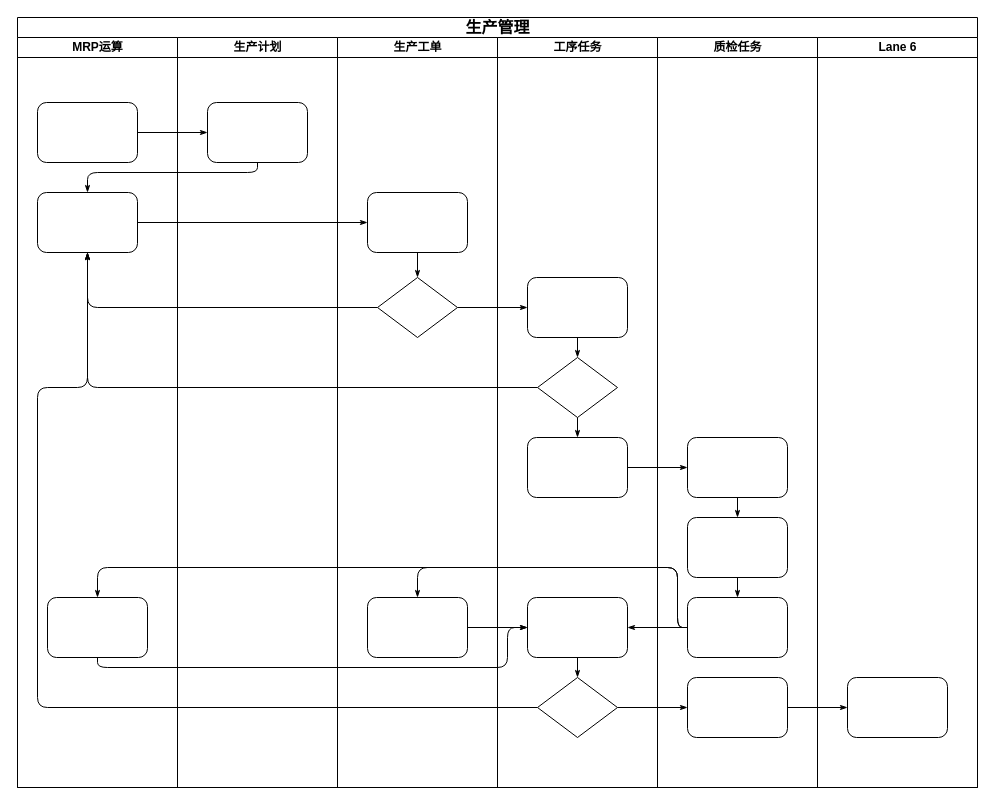
Above: 未命名绘图.drawio in javaCrazy0625/draw-file (draw.io), before the change. Source tidied: cells renumbered, new cells numbered last; positions are measured from the earlier drawing's top-left corner, leaving out a move shared by most shapes. Both pictures are drawn from the tidied source at 100%, with x=0, y=0 at pixel (17, 17).
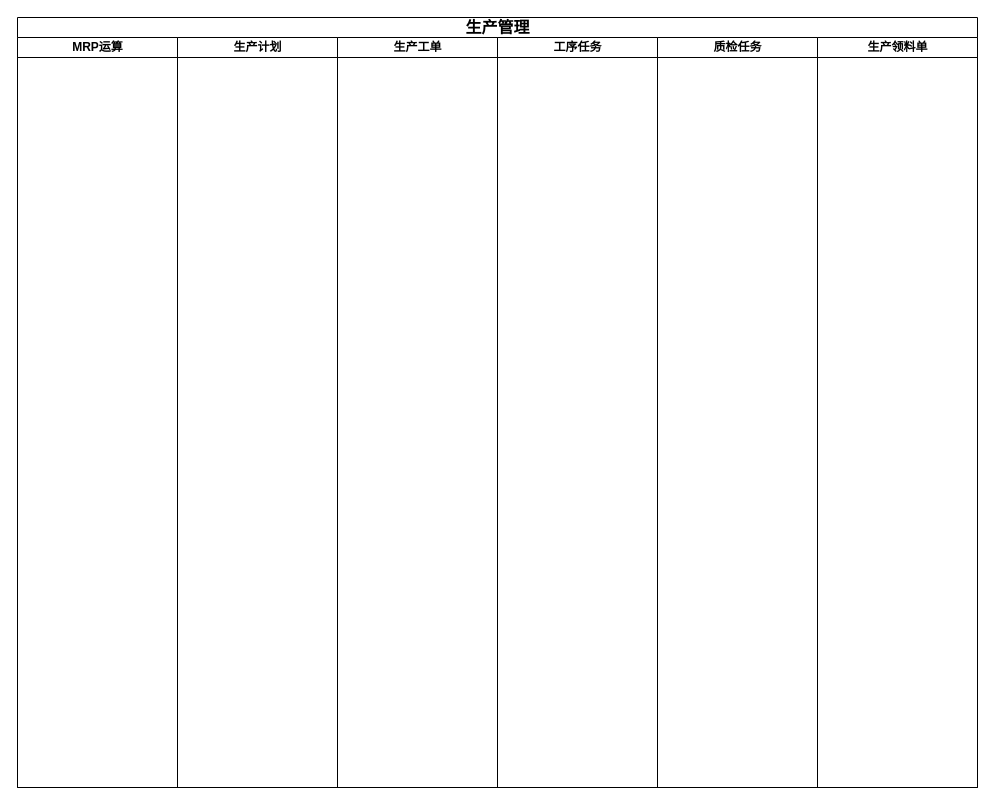
The same page after the edit.

Commit message (it also covers changes not shown here):
更新未命名绘图.drawio

The change refers to these unchanged cells:
```xml
<mxCell id="2" value="&lt;font style=&quot;font-size: 16px;&quot;&gt;生产管理&lt;/font&gt;" style="swimlane;html=1;startSize=20;rounded=0;shadow=0;labelBackgroundColor=none;strokeWidth=1;fontFamily=Verdana;fontSize=8;align=center;" parent="1" vertex="1">
  <mxGeometry width="960" height="770" as="geometry" />
</mxCell>
<mxCell id="3" value="MRP运算" style="swimlane;html=1;startSize=20;" parent="2" vertex="1">
  <mxGeometry y="20" width="160" height="750" as="geometry" />
</mxCell>
<mxCell id="22" value="生产计划" style="swimlane;html=1;startSize=20;" parent="2" vertex="1">
  <mxGeometry x="160" y="20" width="160" height="750" as="geometry" />
</mxCell>
<mxCell id="24" value="生产工单" style="swimlane;html=1;startSize=20;" parent="2" vertex="1">
  <mxGeometry x="320" y="20" width="160" height="750" as="geometry" />
</mxCell>
<mxCell id="29" value="工序任务" style="swimlane;html=1;startSize=20;" parent="2" vertex="1">
  <mxGeometry x="480" y="20" width="160" height="750" as="geometry" />
</mxCell>
<mxCell id="38" value="质检任务" style="swimlane;html=1;startSize=20;" parent="2" vertex="1">
  <mxGeometry x="640" y="20" width="160" height="750" as="geometry" />
</mxCell>
```

Diff of the diagram source:
```diff
@@
-    <mxCell id="4" style="rounded=1;whiteSpace=wrap;html=1;shadow=0;labelBackgroundColor=none;strokeWidth=1;fontFamily=Verdana;fontSize=8;align=center;" parent="3" vertex="1">
-      <mxGeometry x="20" y="65" width="100" height="60" as="geometry" />
-    </mxCell>
-    <mxCell id="5" style="rounded=1;whiteSpace=wrap;html=1;shadow=0;labelBackgroundColor=none;strokeWidth=1;fontFamily=Verdana;fontSize=8;align=center;" parent="3" vertex="1">
-      <mxGeometry x="20" y="155" width="100" height="60" as="geometry" />
-    </mxCell>
-    <mxCell id="6" style="rounded=1;whiteSpace=wrap;html=1;shadow=0;labelBackgroundColor=none;strokeWidth=1;fontFamily=Verdana;fontSize=8;align=center;" parent="3" vertex="1">
-      <mxGeometry x="30" y="560" width="100" height="60" as="geometry" />
-    </mxCell>
-    <mxCell id="7" style="edgeStyle=orthogonalEdgeStyle;rounded=1;html=1;labelBackgroundColor=none;startArrow=none;startFill=0;startSize=5;endArrow=classicThin;endFill=1;endSize=5;jettySize=auto;strokeWidth=1;fontFamily=Verdana;fontSize=8;" parent="2" edge="1" source="4" target="23">
-      <mxGeometry relative="1" as="geometry" />
-    </mxCell>
-    <mxCell id="8" style="edgeStyle=orthogonalEdgeStyle;rounded=1;html=1;labelBackgroundColor=none;startArrow=none;startFill=0;startSize=5;endArrow=classicThin;endFill=1;endSize=5;jettySize=auto;strokeWidth=1;fontFamily=Verdana;fontSize=8;" parent="2" edge="1" source="23" target="5">
-      <mxGeometry relative="1" as="geometry">
-        <Array as="points">
-          <mxPoint x="240" y="155" />
-          <mxPoint x="70" y="155" />
-        </Array>
-      </mxGeometry>
-    </mxCell>
-    <mxCell id="9" style="edgeStyle=orthogonalEdgeStyle;rounded=1;html=1;labelBackgroundColor=none;startArrow=none;startFill=0;startSize=5;endArrow=classicThin;endFill=1;endSize=5;jettySize=auto;strokeWidth=1;fontFamily=Verdana;fontSize=8;" parent="2" edge="1" source="5" target="25">
-      <mxGeometry relative="1" as="geometry" />
-    </mxCell>
-    <mxCell id="10" style="edgeStyle=orthogonalEdgeStyle;rounded=1;html=1;labelBackgroundColor=none;startArrow=none;startFill=0;startSize=5;endArrow=classicThin;endFill=1;endSize=5;jettySize=auto;strokeWidth=1;fontFamily=Verdana;fontSize=8;" parent="2" edge="1" source="26" target="5">
-      <mxGeometry relative="1" as="geometry" />
-    </mxCell>
-    <mxCell id="11" style="edgeStyle=orthogonalEdgeStyle;rounded=1;html=1;labelBackgroundColor=none;startArrow=none;startFill=0;startSize=5;endArrow=classicThin;endFill=1;endSize=5;jettySize=auto;strokeWidth=1;fontFamily=Verdana;fontSize=8;" parent="2" edge="1" source="31" target="5">
-      <mxGeometry relative="1" as="geometry" />
-    </mxCell>
-    <mxCell id="12" style="edgeStyle=orthogonalEdgeStyle;rounded=1;html=1;labelBackgroundColor=none;startArrow=none;startFill=0;startSize=5;endArrow=classicThin;endFill=1;endSize=5;jettySize=auto;strokeWidth=1;fontFamily=Verdana;fontSize=8;" parent="2" edge="1" source="34" target="5">
-      <mxGeometry relative="1" as="geometry">
-        <Array as="points">
-          <mxPoint x="20" y="690" />
-          <mxPoint x="20" y="370" />
-          <mxPoint x="70" y="370" />
-        </Array>
-      </mxGeometry>
-    </mxCell>
-    <mxCell id="13" style="edgeStyle=orthogonalEdgeStyle;rounded=1;html=1;labelBackgroundColor=none;startArrow=none;startFill=0;startSize=5;endArrow=classicThin;endFill=1;endSize=5;jettySize=auto;strokeWidth=1;fontFamily=Verdana;fontSize=8;" parent="2" edge="1" source="26" target="30">
-      <mxGeometry relative="1" as="geometry" />
-    </mxCell>
-    <mxCell id="14" style="edgeStyle=orthogonalEdgeStyle;rounded=1;html=1;labelBackgroundColor=none;startArrow=none;startFill=0;startSize=5;endArrow=classicThin;endFill=1;endSize=5;jettySize=auto;strokeWidth=1;fontFamily=Verdana;fontSize=8;" parent="2" edge="1" source="34" target="42">
-      <mxGeometry relative="1" as="geometry" />
-    </mxCell>
-    <mxCell id="15" style="edgeStyle=orthogonalEdgeStyle;rounded=1;html=1;labelBackgroundColor=none;startArrow=none;startFill=0;startSize=5;endArrow=classicThin;endFill=1;endSize=5;jettySize=auto;strokeWidth=1;fontFamily=Verdana;fontSize=8;" parent="2" edge="1" source="42" target="46">
-      <mxGeometry relative="1" as="geometry" />
-    </mxCell>
-    <mxCell id="16" style="edgeStyle=orthogonalEdgeStyle;rounded=1;html=1;labelBackgroundColor=none;startArrow=none;startFill=0;startSize=5;endArrow=classicThin;endFill=1;endSize=5;jettySize=auto;strokeWidth=1;fontFamily=Verdana;fontSize=8;" parent="2" edge="1" source="32" target="39">
-      <mxGeometry relative="1" as="geometry" />
-    </mxCell>
-    <mxCell id="17" style="edgeStyle=orthogonalEdgeStyle;rounded=1;html=1;labelBackgroundColor=none;startArrow=none;startFill=0;startSize=5;endArrow=classicThin;endFill=1;endSize=5;jettySize=auto;strokeWidth=1;fontFamily=Verdana;fontSize=8;" parent="2" edge="1" source="41" target="27">
-      <mxGeometry relative="1" as="geometry">
-        <Array as="points">
-          <mxPoint x="660" y="610" />
-          <mxPoint x="660" y="550" />
-          <mxPoint x="400" y="550" />
-        </Array>
-      </mxGeometry>
-    </mxCell>
-    <mxCell id="18" style="edgeStyle=orthogonalEdgeStyle;rounded=1;html=1;labelBackgroundColor=none;startArrow=none;startFill=0;startSize=5;endArrow=classicThin;endFill=1;endSize=5;jettySize=auto;strokeColor=#000000;strokeWidth=1;fontFamily=Verdana;fontSize=8;fontColor=#000000;" parent="2" edge="1" source="41" target="33">
-      <mxGeometry relative="1" as="geometry" />
-    </mxCell>
-    <mxCell id="19" style="edgeStyle=orthogonalEdgeStyle;rounded=1;html=1;labelBackgroundColor=none;startArrow=none;startFill=0;startSize=5;endArrow=classicThin;endFill=1;endSize=5;jettySize=auto;strokeWidth=1;fontFamily=Verdana;fontSize=8;" parent="2" edge="1" source="41" target="6">
-      <mxGeometry relative="1" as="geometry">
-        <Array as="points">
-          <mxPoint x="660" y="610" />
-          <mxPoint x="660" y="550" />
-          <mxPoint x="80" y="550" />
-        </Array>
-      </mxGeometry>
-    </mxCell>
-    <mxCell id="20" style="edgeStyle=orthogonalEdgeStyle;rounded=1;html=1;labelBackgroundColor=none;startArrow=none;startFill=0;startSize=5;endArrow=classicThin;endFill=1;endSize=5;jettySize=auto;strokeWidth=1;fontFamily=Verdana;fontSize=8;" parent="2" edge="1" source="6" target="33">
-      <mxGeometry relative="1" as="geometry">
-        <Array as="points">
-          <mxPoint x="80" y="650" />
-          <mxPoint x="490" y="650" />
-          <mxPoint x="490" y="610" />
-        </Array>
-      </mxGeometry>
-    </mxCell>
-    <mxCell id="21" style="edgeStyle=orthogonalEdgeStyle;rounded=1;html=1;labelBackgroundColor=none;startArrow=none;startFill=0;startSize=5;endArrow=classicThin;endFill=1;endSize=5;jettySize=auto;strokeWidth=1;fontFamily=Verdana;fontSize=8;" parent="2" edge="1" source="27" target="33">
-      <mxGeometry relative="1" as="geometry" />
-    </mxCell>
@@
-    <mxCell id="23" style="rounded=1;whiteSpace=wrap;html=1;shadow=0;labelBackgroundColor=none;strokeWidth=1;fontFamily=Verdana;fontSize=8;align=center;" parent="22" vertex="1">
-      <mxGeometry x="30" y="65" width="100" height="60" as="geometry" />
-    </mxCell>
@@
-    <mxCell id="25" style="rounded=1;whiteSpace=wrap;html=1;shadow=0;labelBackgroundColor=none;strokeWidth=1;fontFamily=Verdana;fontSize=8;align=center;" parent="24" vertex="1">
-      <mxGeometry x="30" y="155" width="100" height="60" as="geometry" />
-    </mxCell>
-    <mxCell id="26" style="rhombus;whiteSpace=wrap;html=1;rounded=0;shadow=0;labelBackgroundColor=none;strokeWidth=1;fontFamily=Verdana;fontSize=8;align=center;" parent="24" vertex="1">
-      <mxGeometry x="40" y="240" width="80" height="60" as="geometry" />
-    </mxCell>
-    <mxCell id="27" style="rounded=1;whiteSpace=wrap;html=1;shadow=0;labelBackgroundColor=none;strokeWidth=1;fontFamily=Verdana;fontSize=8;align=center;" parent="24" vertex="1">
-      <mxGeometry x="30" y="560" width="100" height="60" as="geometry" />
-    </mxCell>
-    <mxCell id="28" style="edgeStyle=orthogonalEdgeStyle;rounded=1;html=1;labelBackgroundColor=none;startArrow=none;startFill=0;startSize=5;endArrow=classicThin;endFill=1;endSize=5;jettySize=auto;strokeWidth=1;fontFamily=Verdana;fontSize=8;" parent="24" edge="1" source="25" target="26">
-      <mxGeometry relative="1" as="geometry" />
-    </mxCell>
@@
-    <mxCell id="30" style="rounded=1;whiteSpace=wrap;html=1;shadow=0;labelBackgroundColor=none;strokeWidth=1;fontFamily=Verdana;fontSize=8;align=center;" parent="29" vertex="1">
-      <mxGeometry x="30" y="240" width="100" height="60" as="geometry" />
-    </mxCell>
-    <mxCell id="31" style="rhombus;whiteSpace=wrap;html=1;rounded=0;shadow=0;labelBackgroundColor=none;strokeWidth=1;fontFamily=Verdana;fontSize=8;align=center;" parent="29" vertex="1">
-      <mxGeometry x="40" y="320" width="80" height="60" as="geometry" />
-    </mxCell>
-    <mxCell id="32" style="rounded=1;whiteSpace=wrap;html=1;shadow=0;labelBackgroundColor=none;strokeWidth=1;fontFamily=Verdana;fontSize=8;align=center;" parent="29" vertex="1">
-      <mxGeometry x="30" y="400" width="100" height="60" as="geometry" />
-    </mxCell>
-    <mxCell id="33" style="rounded=1;whiteSpace=wrap;html=1;shadow=0;labelBackgroundColor=none;strokeWidth=1;fontFamily=Verdana;fontSize=8;align=center;" parent="29" vertex="1">
-      <mxGeometry x="30" y="560" width="100" height="60" as="geometry" />
-    </mxCell>
-    <mxCell id="34" style="rhombus;whiteSpace=wrap;html=1;rounded=0;shadow=0;labelBackgroundColor=none;strokeWidth=1;fontFamily=Verdana;fontSize=8;align=center;" parent="29" vertex="1">
-      <mxGeometry x="40" y="640" width="80" height="60" as="geometry" />
-    </mxCell>
-    <mxCell id="35" style="edgeStyle=orthogonalEdgeStyle;rounded=1;html=1;labelBackgroundColor=none;startArrow=none;startFill=0;startSize=5;endArrow=classicThin;endFill=1;endSize=5;jettySize=auto;strokeColor=#000000;strokeWidth=1;fontFamily=Verdana;fontSize=8;fontColor=#000000;" parent="29" edge="1" source="30" target="31">
-      <mxGeometry relative="1" as="geometry" />
-    </mxCell>
-    <mxCell id="36" style="edgeStyle=orthogonalEdgeStyle;rounded=1;html=1;labelBackgroundColor=none;startArrow=none;startFill=0;startSize=5;endArrow=classicThin;endFill=1;endSize=5;jettySize=auto;strokeWidth=1;fontFamily=Verdana;fontSize=8;" parent="29" edge="1" source="31" target="32">
-      <mxGeometry relative="1" as="geometry" />
-    </mxCell>
-    <mxCell id="37" style="edgeStyle=orthogonalEdgeStyle;rounded=1;html=1;labelBackgroundColor=none;startArrow=none;startFill=0;startSize=5;endArrow=classicThin;endFill=1;endSize=5;jettySize=auto;strokeWidth=1;fontFamily=Verdana;fontSize=8;" parent="29" edge="1" source="33" target="34">
-      <mxGeometry relative="1" as="geometry" />
-    </mxCell>
@@
-    <mxCell id="39" style="rounded=1;whiteSpace=wrap;html=1;shadow=0;labelBackgroundColor=none;strokeWidth=1;fontFamily=Verdana;fontSize=8;align=center;" parent="38" vertex="1">
-      <mxGeometry x="30" y="400" width="100" height="60" as="geometry" />
-    </mxCell>
-    <mxCell id="40" style="rounded=1;whiteSpace=wrap;html=1;shadow=0;labelBackgroundColor=none;strokeWidth=1;fontFamily=Verdana;fontSize=8;align=center;" parent="38" vertex="1">
-      <mxGeometry x="30" y="480" width="100" height="60" as="geometry" />
-    </mxCell>
-    <mxCell id="41" style="rounded=1;whiteSpace=wrap;html=1;shadow=0;labelBackgroundColor=none;strokeWidth=1;fontFamily=Verdana;fontSize=8;align=center;" parent="38" vertex="1">
-      <mxGeometry x="30" y="560" width="100" height="60" as="geometry" />
-    </mxCell>
-    <mxCell id="42" style="rounded=1;whiteSpace=wrap;html=1;shadow=0;labelBackgroundColor=none;strokeWidth=1;fontFamily=Verdana;fontSize=8;align=center;" parent="38" vertex="1">
-      <mxGeometry x="30" y="640" width="100" height="60" as="geometry" />
-    </mxCell>
-    <mxCell id="43" style="edgeStyle=orthogonalEdgeStyle;rounded=1;html=1;labelBackgroundColor=none;startArrow=none;startFill=0;startSize=5;endArrow=classicThin;endFill=1;endSize=5;jettySize=auto;strokeWidth=1;fontFamily=Verdana;fontSize=8;" parent="38" edge="1" source="39" target="40">
-      <mxGeometry relative="1" as="geometry" />
-    </mxCell>
-    <mxCell id="44" style="edgeStyle=orthogonalEdgeStyle;rounded=1;html=1;labelBackgroundColor=none;startArrow=none;startFill=0;startSize=5;endArrow=classicThin;endFill=1;endSize=5;jettySize=auto;strokeWidth=1;fontFamily=Verdana;fontSize=8;" parent="38" edge="1" source="40" target="41">
-      <mxGeometry relative="1" as="geometry" />
-    </mxCell>
-    <mxCell id="45" value="Lane 6" style="swimlane;html=1;startSize=20;" parent="2" vertex="1">
+    <mxCell id="45" value="生产领料单" style="swimlane;html=1;startSize=20;" parent="2" vertex="1">
       <mxGeometry x="800" y="20" width="160" height="750" as="geometry" />
     </mxCell>
-    <mxCell id="46" style="rounded=1;whiteSpace=wrap;html=1;shadow=0;labelBackgroundColor=none;strokeWidth=1;fontFamily=Verdana;fontSize=8;align=center;" parent="45" vertex="1">
-      <mxGeometry x="30" y="640" width="100" height="60" as="geometry" />
-    </mxCell>
```
